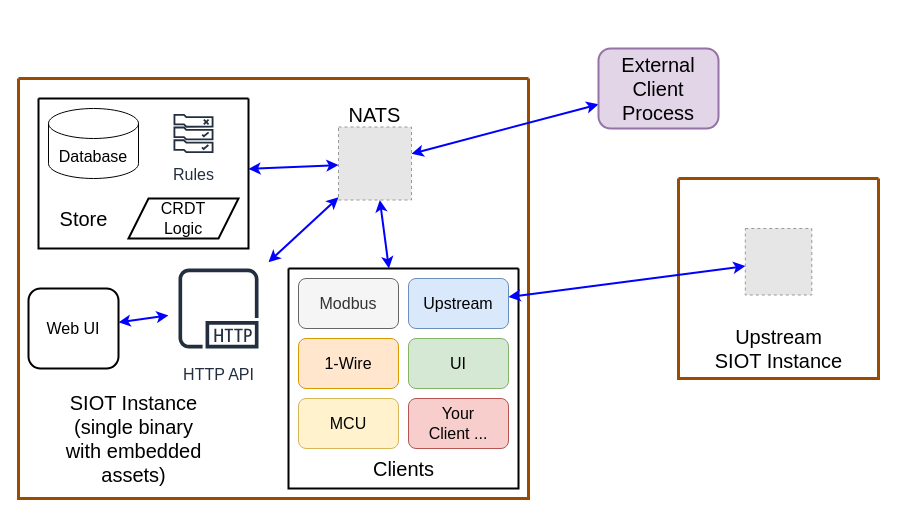
The draw.io diagram page "arch app" (12 of 14) of docs/diagrams.drawio in simpleiot/simpleiot, before the edit. Source tidied: cells renumbered, new cells numbered last; positions are measured from the earlier drawing's top-left corner, leaving out a move shared by most shapes. Both pictures are drawn from the tidied source at 100%, with x=0, y=0 at pixel (18, 48). Pictures stored in the file or linked from it are replaced by grey dashed boxes.
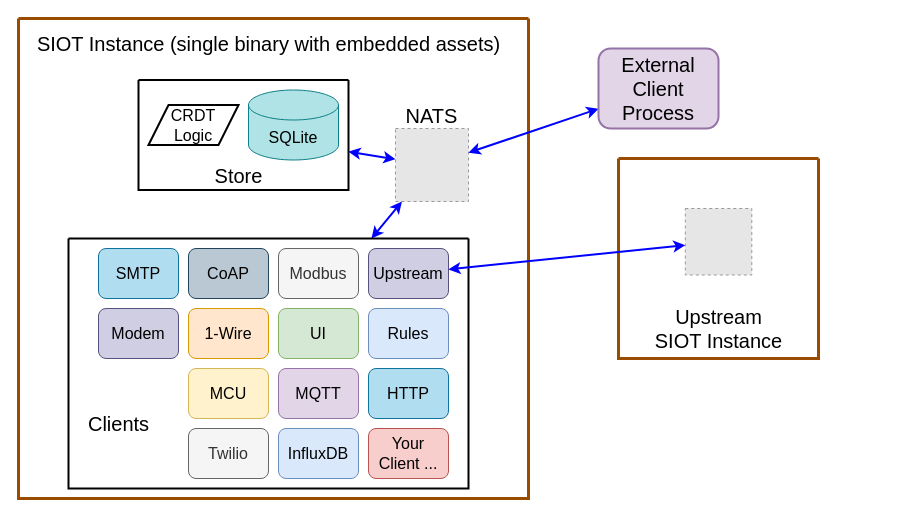
After the change.

Commit message (it also covers changes not shown here):
update arch diagram

Diff of the diagram source:
```diff
@@
     <mxCell id="2" style="swimlane;startSize=0;fontSize=16;strokeWidth=3;strokeColor=#994C00;rounded=1;swimlaneLine=0;" parent="1" vertex="1">
-      <mxGeometry y="30" width="510" height="420" as="geometry" />
+      <mxGeometry y="-30" width="510" height="480" as="geometry" />
     </mxCell>
@@
     <mxCell id="4" style="swimlane;startSize=0;fontSize=16;strokeWidth=2;" parent="2" vertex="1">
-      <mxGeometry x="20" y="20" width="210" height="150" as="geometry" />
+      <mxGeometry x="120" y="61.5" width="210" height="110" as="geometry" />
     </mxCell>
     <mxCell id="5" value="&lt;font style=&quot;font-size: 20px&quot;&gt;Store&lt;/font&gt;" style="text;html=1;align=center;verticalAlign=middle;strokeColor=none;fillColor=none;fontSize=16;" parent="4" vertex="1">
-      <mxGeometry x="15" y="105" width="60" height="30" as="geometry" />
+      <mxGeometry x="70" y="80" width="60" height="30" as="geometry" />
     </mxCell>
-    <mxCell id="6" value="Database" style="shape=cylinder3;whiteSpace=wrap;html=1;boundedLbl=1;backgroundOutline=1;size=15;fontSize=16;" parent="4" vertex="1">
-      <mxGeometry x="10" y="10" width="90" height="70" as="geometry" />
+    <mxCell id="6" value="SQLite" style="shape=cylinder3;whiteSpace=wrap;html=1;boundedLbl=1;backgroundOutline=1;size=15;fontSize=16;fillColor=#b0e3e6;strokeColor=#0e8088;" parent="4" vertex="1">
+      <mxGeometry x="110" y="10" width="90" height="70" as="geometry" />
     </mxCell>
-    <mxCell id="7" value="Rules" style="sketch=0;fontColor=#232F3E;gradientColor=none;strokeColor=#232F3E;fillColor=#ffffff;dashed=0;verticalLabelPosition=bottom;verticalAlign=top;align=center;html=1;fontSize=16;fontStyle=0;shape=mxgraph.aws4.resourceIcon;resIcon=mxgraph.aws4.rule_2;" parent="4" vertex="1">
-      <mxGeometry x="130" y="10" width="50" height="50" as="geometry" />
-    </mxCell>
     <mxCell id="8" value="CRDT&lt;br&gt;Logic" style="shape=parallelogram;perimeter=parallelogramPerimeter;whiteSpace=wrap;html=1;fixedSize=1;fontSize=16;strokeWidth=2;" parent="4" vertex="1">
-      <mxGeometry x="90" y="100" width="110" height="40" as="geometry" />
+      <mxGeometry x="10" y="25" width="90" height="40" as="geometry" />
     </mxCell>
     <mxCell id="9" value="NATS" style="fillColor=#E6E6E6;strokeColor=#999999;dashed=1;verticalLabelPosition=top;labelBackgroundColor=default;verticalAlign=bottom;fontSize=20;labelPosition=center;align=center;" parent="2" vertex="1">
-      <mxGeometry x="320" y="48.5" width="73" height="73" as="geometry" />
+      <mxGeometry x="377" y="110" width="73" height="73" as="geometry" />
     </mxCell>
@@
     <mxCell id="11" style="swimlane;startSize=0;fontSize=16;strokeWidth=2;" parent="2" vertex="1">
-      <mxGeometry x="270" y="190" width="230" height="220" as="geometry" />
+      <mxGeometry x="50" y="220" width="400" height="250" as="geometry" />
     </mxCell>
-    <mxCell id="12" value="Upstream" style="rounded=1;whiteSpace=wrap;html=1;fontSize=16;fillColor=#dae8fc;strokeColor=#6c8ebf;" parent="11" vertex="1">
-      <mxGeometry x="120" y="10" width="100" height="50" as="geometry" />
+    <mxCell id="12" value="Upstream" style="rounded=1;whiteSpace=wrap;html=1;fontSize=16;fillColor=#d0cee2;strokeColor=#56517e;" parent="11" vertex="1">
+      <mxGeometry x="300" y="10" width="80" height="50" as="geometry" />
     </mxCell>
     <mxCell id="13" value="1-Wire" style="rounded=1;whiteSpace=wrap;html=1;fontSize=16;fillColor=#ffe6cc;strokeColor=#d79b00;" parent="11" vertex="1">
-      <mxGeometry x="10" y="70" width="100" height="50" as="geometry" />
+      <mxGeometry x="120" y="70" width="80" height="50" as="geometry" />
     </mxCell>
     <mxCell id="14" value="Your&lt;br&gt;Client ..." style="rounded=1;whiteSpace=wrap;html=1;fontSize=16;fillColor=#f8cecc;strokeColor=#b85450;" parent="11" vertex="1">
-      <mxGeometry x="120" y="130" width="100" height="50" as="geometry" />
+      <mxGeometry x="300" y="190" width="80" height="50" as="geometry" />
     </mxCell>
-    <mxCell id="15" value="Clients" style="text;html=1;align=center;verticalAlign=middle;strokeColor=none;fillColor=none;fontSize=20;" parent="11" vertex="1">
-      <mxGeometry x="75" y="185" width="80" height="30" as="geometry" />
-    </mxCell>
     <mxCell id="16" value="Modbus" style="rounded=1;whiteSpace=wrap;html=1;fontSize=16;fillColor=#f5f5f5;fontColor=#333333;strokeColor=#666666;" parent="11" vertex="1">
-      <mxGeometry x="10" y="10" width="100" height="50" as="geometry" />
+      <mxGeometry x="210" y="10" width="80" height="50" as="geometry" />
     </mxCell>
     <mxCell id="17" value="UI" style="rounded=1;whiteSpace=wrap;html=1;fontSize=16;fillColor=#d5e8d4;strokeColor=#82b366;" parent="11" vertex="1">
-      <mxGeometry x="120" y="70" width="100" height="50" as="geometry" />
+      <mxGeometry x="210" y="70" width="80" height="50" as="geometry" />
     </mxCell>
     <mxCell id="18" value="MCU" style="rounded=1;whiteSpace=wrap;html=1;fontSize=16;fillColor=#fff2cc;strokeColor=#d6b656;" parent="11" vertex="1">
-      <mxGeometry x="10" y="130" width="100" height="50" as="geometry" />
+      <mxGeometry x="120" y="130" width="80" height="50" as="geometry" />
     </mxCell>
-    <mxCell id="19" style="edgeStyle=none;rounded=0;jettySize=auto;html=1;fontSize=16;startArrow=classic;startFill=1;strokeColor=#0000FF;strokeWidth=2;" parent="2" edge="1" source="21" target="9">
-      <mxGeometry relative="1" as="geometry" />
-    </mxCell>
-    <mxCell id="20" style="edgeStyle=none;rounded=0;jettySize=auto;html=1;fontSize=16;startArrow=classic;startFill=1;strokeColor=#0000FF;strokeWidth=2;" parent="2" edge="1" source="21" target="23">
-      <mxGeometry relative="1" as="geometry" />
-    </mxCell>
-    <mxCell id="21" value="HTTP API" style="sketch=0;outlineConnect=0;fontColor=#232F3E;gradientColor=none;strokeColor=#232F3E;fillColor=#ffffff;dashed=0;verticalLabelPosition=bottom;verticalAlign=top;align=center;html=1;fontSize=16;fontStyle=0;shape=mxgraph.aws4.resourceIcon;resIcon=mxgraph.aws4.http_protocol;" parent="2" vertex="1">
-      <mxGeometry x="150" y="180" width="100" height="100" as="geometry" />
-    </mxCell>
+    <mxCell id="30" value="HTTP" style="rounded=1;whiteSpace=wrap;html=1;fontSize=16;fillColor=#b1ddf0;strokeColor=#10739e;" parent="11" vertex="1">
+      <mxGeometry x="300" y="130" width="80" height="50" as="geometry" />
+    </mxCell>
+    <mxCell id="7" value="Rules" style="rounded=1;whiteSpace=wrap;html=1;fontSize=16;fillColor=#dae8fc;strokeColor=#6c8ebf;" parent="11" vertex="1">
+      <mxGeometry x="300" y="70" width="80" height="50" as="geometry" />
+    </mxCell>
+    <mxCell id="31" value="CoAP" style="rounded=1;whiteSpace=wrap;html=1;fontSize=16;fillColor=#bac8d3;strokeColor=#23445d;" parent="11" vertex="1">
+      <mxGeometry x="120" y="10" width="80" height="50" as="geometry" />
+    </mxCell>
+    <mxCell id="32" value="MQTT" style="rounded=1;whiteSpace=wrap;html=1;fontSize=16;fillColor=#e1d5e7;strokeColor=#9673a6;" parent="11" vertex="1">
+      <mxGeometry x="210" y="130" width="80" height="50" as="geometry" />
+    </mxCell>
+    <mxCell id="33" value="InfluxDB" style="rounded=1;whiteSpace=wrap;html=1;fontSize=16;fillColor=#dae8fc;strokeColor=#6c8ebf;" parent="11" vertex="1">
+      <mxGeometry x="210" y="190" width="80" height="50" as="geometry" />
+    </mxCell>
+    <mxCell id="15" value="Clients" style="text;html=1;align=center;verticalAlign=middle;strokeColor=none;fillColor=none;fontSize=20;" parent="11" vertex="1">
+      <mxGeometry x="10" y="170" width="80" height="30" as="geometry" />
+    </mxCell>
+    <mxCell id="34" value="Twilio" style="rounded=1;whiteSpace=wrap;html=1;fontSize=16;fillColor=#f5f5f5;fontColor=#333333;strokeColor=#666666;" parent="11" vertex="1">
+      <mxGeometry x="120" y="190" width="80" height="50" as="geometry" />
+    </mxCell>
+    <mxCell id="35" value="SMTP" style="rounded=1;whiteSpace=wrap;html=1;fontSize=16;fillColor=#b1ddf0;strokeColor=#10739e;" parent="11" vertex="1">
+      <mxGeometry x="30" y="10" width="80" height="50" as="geometry" />
+    </mxCell>
+    <mxCell id="36" value="Modem" style="rounded=1;whiteSpace=wrap;html=1;fontSize=16;fillColor=#d0cee2;strokeColor=#56517e;" parent="11" vertex="1">
+      <mxGeometry x="30" y="70" width="80" height="50" as="geometry" />
+    </mxCell>
-    <mxCell id="22" value="SIOT Instance&lt;br style=&quot;font-size: 20px;&quot;&gt;(single binary&lt;br style=&quot;font-size: 20px;&quot;&gt;with embedded&lt;br style=&quot;font-size: 20px;&quot;&gt;assets)" style="text;html=1;align=center;verticalAlign=middle;strokeColor=none;fillColor=none;fontSize=20;" parent="2" vertex="1">
-      <mxGeometry x="40" y="310" width="150" height="100" as="geometry" />
+    <mxCell id="22" value="SIOT Instance&amp;nbsp;(single binary with embedded&amp;nbsp;assets)" style="text;html=1;align=center;verticalAlign=middle;strokeColor=none;fillColor=none;fontSize=20;" parent="2" vertex="1">
+      <mxGeometry x="10" y="10" width="480" height="30" as="geometry" />
     </mxCell>
-    <mxCell id="23" value="Web UI" style="rounded=1;whiteSpace=wrap;html=1;fontSize=16;strokeWidth=2;" parent="2" vertex="1">
-      <mxGeometry x="10" y="210" width="90" height="80" as="geometry" />
-    </mxCell>
+    <mxCell id="37" style="edgeStyle=orthogonalEdgeStyle;rounded=0;orthogonalLoop=1;jettySize=auto;html=1;exitX=0.5;exitY=1;exitDx=0;exitDy=0;" parent="2" edge="1" source="4" target="4">
+      <mxGeometry relative="1" as="geometry" />
+    </mxCell>
     <mxCell id="24" style="swimlane;startSize=0;fontSize=16;strokeWidth=3;strokeColor=#994C00;" parent="1" vertex="1">
-      <mxGeometry x="660" y="130" width="200" height="200" as="geometry" />
+      <mxGeometry x="600" y="110" width="200" height="200" as="geometry" />
     </mxCell>
```
